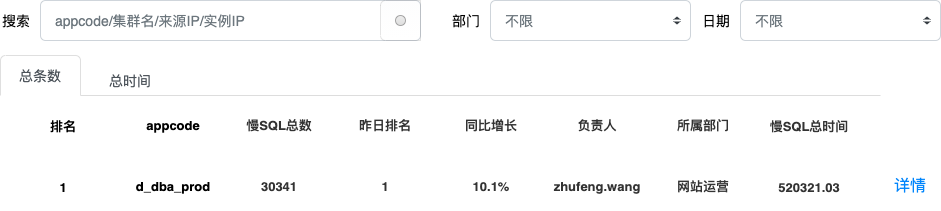
This is slowlog_report.png from a306388298/test, a draw.io export, as it was before one commit. Source tidied: cells renumbered, new cells last; positions are measured from the earlier drawing's top-left corner, leaving out a move shared by most shapes. Its diagram source:
```xml
<mxGraphModel>
  <root>
    <mxCell id="0" />
    <mxCell id="1" parent="0" />
    <mxCell id="2" value="搜索" style="fillColor=none;strokeColor=none;align=left;fontSize=14;" parent="1" vertex="1">
      <mxGeometry y="5" width="100" height="30" as="geometry" />
    </mxCell>
    <mxCell id="3" value="appcode/集群名/来源IP/实例IP" style="html=1;shadow=0;dashed=0;shape=mxgraph.bootstrap.rrect;rSize=5;fillColor=#ffffff;strokeColor=#CED4DA;align=left;spacing=15;fontSize=14;fontColor=#6C767D;" parent="1" vertex="1">
      <mxGeometry x="40" width="380" height="40" as="geometry" />
    </mxCell>
    <mxCell id="4" value="部门" style="fillColor=none;strokeColor=none;align=left;fontSize=14;" parent="1" vertex="1">
      <mxGeometry x="450" y="5" width="100" height="30" as="geometry" />
    </mxCell>
    <mxCell id="5" value="不限" style="html=1;shadow=0;dashed=0;shape=mxgraph.bootstrap.rrect;rSize=5;fillColor=#ffffff;strokeColor=#CED4DA;align=left;spacing=15;fontSize=14;fontColor=#6C767D;" parent="1" vertex="1">
      <mxGeometry x="490" width="200" height="40" as="geometry" />
    </mxCell>
    <mxCell id="6" style="shape=triangle;direction=south;fillColor=#343A40;strokeColor=none;perimeter=none;" parent="5" vertex="1">
      <mxGeometry x="1" y="0.5" width="7" height="3" relative="1" as="geometry">
        <mxPoint x="-17" y="1" as="offset" />
      </mxGeometry>
    </mxCell>
    <mxCell id="7" style="shape=triangle;direction=north;fillColor=#343A40;strokeColor=none;perimeter=none;" parent="5" vertex="1">
      <mxGeometry x="1" y="0.5" width="7" height="3" relative="1" as="geometry">
        <mxPoint x="-17" y="-4" as="offset" />
      </mxGeometry>
    </mxCell>
    <mxCell id="8" value="总条数" style="html=1;shadow=0;dashed=0;shape=mxgraph.bootstrap.tabTop;strokeColor=#DFDFDF;fillColor=#ffffff;rSize=5;perimeter=none;whiteSpace=wrap;align=center;spacing=20;fontSize=14;fontColor=#4B5259;" parent="1" vertex="1">
      <mxGeometry y="55" width="80" height="40" as="geometry" />
    </mxCell>
    <mxCell id="9" value="总时间" style="strokeColor=none;fillColor=none;rSize=5;perimeter=none;whiteSpace=wrap;align=center;spacing=20;fontSize=14;fontColor=#0085FC;fontColor=#4B5259;" parent="1" vertex="1">
      <mxGeometry x="90" y="60" width="80" height="40" as="geometry" />
    </mxCell>
    <mxCell id="10" style="shape=line;strokeColor=#dddddd;" parent="1" vertex="1">
      <mxGeometry x="80" y="90" width="800" height="10" as="geometry" />
    </mxCell>
    <mxCell id="11" style="html=1;shadow=0;shape=mxgraph.bootstrap.leftButton;strokeColor=inherit;fontColor=inherit;fillColor=#E9ECEF;rSize=5;perimeter=none;whiteSpace=wrap;fontSize=14;gradientColor=#ffffff;opacity=10;" parent="1" vertex="1">
      <mxGeometry x="380" width="40" height="40" as="geometry" />
    </mxCell>
    <mxCell id="12" style="html=1;shadow=0;dashed=0;shape=mxgraph.bootstrap.radioButton2;labelPosition=right;verticalLabelPosition=middle;align=left;verticalAlign=middle;gradientColor=#DEDEDE;fillColor=#EDEDED;strokeColor=#A6A6A6;checked=0;spacing=5;checkedFill=#0085FC;checkedStroke=#ffffff;" parent="11" vertex="1">
      <mxGeometry x="0.5" y="0.5" width="10" height="10" relative="1" as="geometry">
        <mxPoint x="-5" y="-5" as="offset" />
      </mxGeometry>
    </mxCell>
    <mxCell id="13" value="appcode" style="text;fontSize=13;verticalAlign=middle;align=center;fillColor=#ffffff;fontStyle=1;" parent="1" vertex="1">
      <mxGeometry x="120" y="100" width="106" height="48" as="geometry" />
    </mxCell>
    <mxCell id="14" value="慢SQL总数" style="text;fontSize=13;verticalAlign=middle;align=center;textOpacity=80;fillColor=#ffffff;fontStyle=1;" parent="1" vertex="1">
      <mxGeometry x="226" y="100" width="106" height="48" as="geometry" />
    </mxCell>
    <mxCell id="15" value="昨日排名" style="text;fontSize=13;fontColor=#000000;verticalAlign=middle;align=center;fillColor=#ffffff;fontStyle=1;textOpacity=80;" parent="1" vertex="1">
      <mxGeometry x="332" y="100" width="106" height="48" as="geometry" />
    </mxCell>
    <mxCell id="16" value="同比增长" style="text;fontSize=13;fontColor=#000000;verticalAlign=middle;align=center;fillColor=#ffffff;fontStyle=1;textOpacity=80;" parent="1" vertex="1">
      <mxGeometry x="438" y="100" width="106" height="48" as="geometry" />
    </mxCell>
    <mxCell id="17" value="负责人" style="text;fontSize=13;fontColor=#000000;verticalAlign=middle;align=center;fillColor=#ffffff;fontStyle=1;textOpacity=80;" parent="1" vertex="1">
      <mxGeometry x="544" y="100" width="106" height="48" as="geometry" />
    </mxCell>
    <mxCell id="18" value="所属部门" style="text;fontSize=13;fontColor=#000000;verticalAlign=middle;align=center;fillColor=#ffffff;fontStyle=1;textOpacity=80;" parent="1" vertex="1">
      <mxGeometry x="650" y="100" width="106" height="48" as="geometry" />
    </mxCell>
    <mxCell id="19" style="dashed=0;shape=rect;strokeColor=none;" parent="1" vertex="1">
      <mxGeometry x="120" y="145" width="106" height="4" as="geometry" />
    </mxCell>
    <mxCell id="20" value="日期" style="fillColor=none;strokeColor=none;align=left;fontSize=14;" parent="1" vertex="1">
      <mxGeometry x="700" y="5" width="100" height="30" as="geometry" />
    </mxCell>
    <mxCell id="21" value="不限" style="html=1;shadow=0;dashed=0;shape=mxgraph.bootstrap.rrect;rSize=5;fillColor=#ffffff;strokeColor=#CED4DA;align=left;spacing=15;fontSize=14;fontColor=#6C767D;" parent="1" vertex="1">
      <mxGeometry x="740" width="200" height="40" as="geometry" />
    </mxCell>
    <mxCell id="22" style="shape=triangle;direction=south;fillColor=#343A40;strokeColor=none;perimeter=none;" parent="21" vertex="1">
      <mxGeometry x="1" y="0.5" width="7" height="3" relative="1" as="geometry">
        <mxPoint x="-17" y="1" as="offset" />
      </mxGeometry>
    </mxCell>
    <mxCell id="23" style="shape=triangle;direction=north;fillColor=#343A40;strokeColor=none;perimeter=none;" parent="21" vertex="1">
      <mxGeometry x="1" y="0.5" width="7" height="3" relative="1" as="geometry">
        <mxPoint x="-17" y="-4" as="offset" />
      </mxGeometry>
    </mxCell>
    <mxCell id="24" value="排名" style="text;fontSize=13;verticalAlign=middle;align=center;fillColor=#ffffff;fontStyle=1;" parent="1" vertex="1">
      <mxGeometry x="10" y="101" width="106" height="48" as="geometry" />
    </mxCell>
    <mxCell id="25" value="慢SQL总时间" style="text;fontSize=13;verticalAlign=middle;align=center;textOpacity=80;fillColor=#ffffff;fontStyle=1;" parent="1" vertex="1">
      <mxGeometry x="756" y="101" width="106" height="48" as="geometry" />
    </mxCell>
    <mxCell id="26" value="详情" style="html=1;shadow=0;dashed=0;shape=mxgraph.bootstrap.rrect;rSize=5;strokeColor=none;strokeWidth=1;fillColor=none;fontColor=#0085FC;whiteSpace=wrap;align=center;verticalAlign=middle;spacingLeft=0;fontStyle=0;fontSize=16;spacing=5;opacity=10;" parent="1" vertex="1">
      <mxGeometry x="880" y="166" width="60" height="40" as="geometry" />
    </mxCell>
    <mxCell id="27" value="d_dba_prod" style="text;fontSize=13;verticalAlign=middle;align=center;fillColor=#ffffff;fontStyle=1;" parent="1" vertex="1">
      <mxGeometry x="120" y="161" width="106" height="48" as="geometry" />
    </mxCell>
    <mxCell id="28" value="30341" style="text;fontSize=13;verticalAlign=middle;align=center;textOpacity=80;fillColor=#ffffff;fontStyle=1;" parent="1" vertex="1">
      <mxGeometry x="226" y="161" width="106" height="48" as="geometry" />
    </mxCell>
    <mxCell id="29" value="1" style="text;fontSize=13;fontColor=#000000;verticalAlign=middle;align=center;fillColor=#ffffff;fontStyle=1;textOpacity=80;" parent="1" vertex="1">
      <mxGeometry x="332" y="161" width="106" height="48" as="geometry" />
    </mxCell>
    <mxCell id="30" value="10.1%" style="text;fontSize=13;fontColor=#000000;verticalAlign=middle;align=center;fillColor=#ffffff;fontStyle=1;textOpacity=80;" parent="1" vertex="1">
      <mxGeometry x="438" y="161" width="106" height="48" as="geometry" />
    </mxCell>
    <mxCell id="31" value="zhufeng.wang" style="text;fontSize=13;fontColor=#000000;verticalAlign=middle;align=center;fillColor=#ffffff;fontStyle=1;textOpacity=80;" parent="1" vertex="1">
      <mxGeometry x="544" y="161" width="106" height="48" as="geometry" />
    </mxCell>
    <mxCell id="32" value="网站运营" style="text;fontSize=13;fontColor=#000000;verticalAlign=middle;align=center;fillColor=#ffffff;fontStyle=1;textOpacity=80;" parent="1" vertex="1">
      <mxGeometry x="650" y="161" width="106" height="48" as="geometry" />
    </mxCell>
    <mxCell id="33" style="dashed=0;shape=rect;strokeColor=none;" parent="1" vertex="1">
      <mxGeometry x="120" y="206" width="106" height="4" as="geometry" />
    </mxCell>
    <mxCell id="34" value="1" style="text;fontSize=13;verticalAlign=middle;align=center;fillColor=#ffffff;fontStyle=1;" parent="1" vertex="1">
      <mxGeometry x="10" y="162" width="106" height="48" as="geometry" />
    </mxCell>
    <mxCell id="35" value="520321.03" style="text;fontSize=13;verticalAlign=middle;align=center;textOpacity=80;fillColor=#ffffff;fontStyle=1;" parent="1" vertex="1">
      <mxGeometry x="756" y="162" width="106" height="48" as="geometry" />
    </mxCell>
  </root>
</mxGraphModel>
```
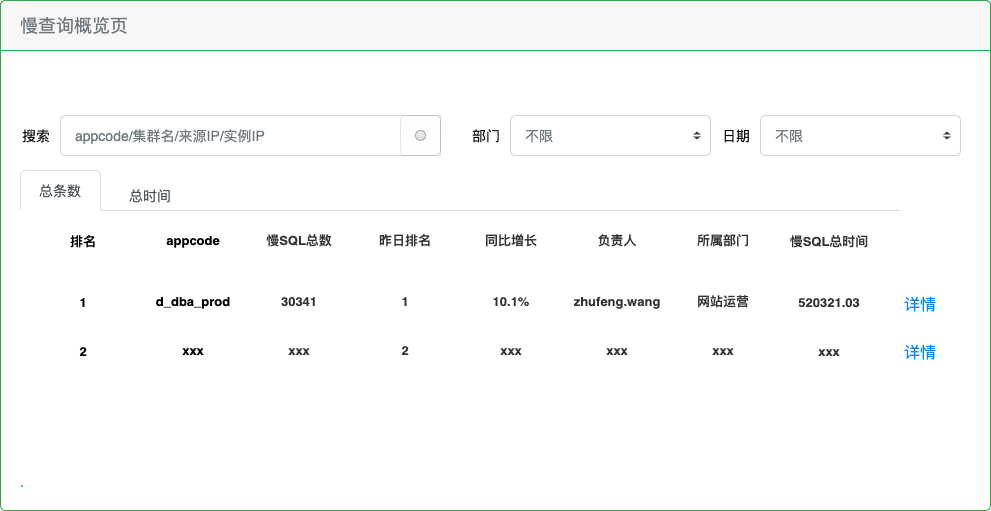
Later version of the same file.

The edit, as a diff of the source:
```diff
@@ -2,6 +2,48 @@
   <root>
     <mxCell id="0" />
     <mxCell id="1" parent="0" />
+    <mxCell id="36" value="&lt;br style=&quot;font-size: 14px&quot;&gt;." style="html=1;shadow=0;dashed=0;shape=mxgraph.bootstrap.rrect;rSize=5;strokeColor=#33A64C;html=1;whiteSpace=wrap;fillColor=#ffffff;fontColor=#33A64C;verticalAlign=bottom;align=left;spacing=20;spacingBottom=0;fontSize=14;" parent="1" vertex="1">
+      <mxGeometry x="-20" y="-115" width="990" height="510" as="geometry" />
+    </mxCell>
+    <mxCell id="37" value="慢查询概览页" style="html=1;shadow=0;dashed=0;shape=mxgraph.bootstrap.topButton;rSize=5;perimeter=none;whiteSpace=wrap;fillColor=#F7F7F7;strokeColor=#33A64C;fontColor=#6C767D;fontSize=18;align=left;spacing=20;" parent="36" vertex="1">
+      <mxGeometry width="990" height="50" relative="1" as="geometry" />
+    </mxCell>
+    <mxCell id="26" value="详情" style="html=1;shadow=0;dashed=0;shape=mxgraph.bootstrap.rrect;rSize=5;strokeColor=none;strokeWidth=1;fillColor=none;fontColor=#0085FC;whiteSpace=wrap;align=center;verticalAlign=middle;spacingLeft=0;fontStyle=0;fontSize=16;spacing=5;opacity=10;" parent="36" vertex="1">
+      <mxGeometry x="890" y="285" width="60" height="40" as="geometry" />
+    </mxCell>
+    <mxCell id="33" style="dashed=0;shape=rect;strokeColor=none;" parent="36" vertex="1">
+      <mxGeometry x="130" y="360" width="106" height="4" as="geometry" />
+    </mxCell>
+    <mxCell id="38" value="详情" style="html=1;shadow=0;dashed=0;shape=mxgraph.bootstrap.rrect;rSize=5;strokeColor=none;strokeWidth=1;fillColor=none;fontColor=#0085FC;whiteSpace=wrap;align=center;verticalAlign=middle;spacingLeft=0;fontStyle=0;fontSize=16;spacing=5;opacity=10;" parent="36" vertex="1">
+      <mxGeometry x="890" y="333" width="60" height="40" as="geometry" />
+    </mxCell>
+    <mxCell id="39" value="xxx" style="text;fontSize=13;verticalAlign=middle;align=center;fillColor=#ffffff;fontStyle=1;" parent="36" vertex="1">
+      <mxGeometry x="140" y="325" width="106" height="48" as="geometry" />
+    </mxCell>
+    <mxCell id="40" value="xxx" style="text;fontSize=13;verticalAlign=middle;align=center;textOpacity=80;fillColor=#ffffff;fontStyle=1;" parent="36" vertex="1">
+      <mxGeometry x="246" y="325" width="106" height="48" as="geometry" />
+    </mxCell>
+    <mxCell id="41" value="2" style="text;fontSize=13;fontColor=#000000;verticalAlign=middle;align=center;fillColor=#ffffff;fontStyle=1;textOpacity=80;" parent="36" vertex="1">
+      <mxGeometry x="352" y="325" width="106" height="48" as="geometry" />
+    </mxCell>
+    <mxCell id="42" value="xxx" style="text;fontSize=13;fontColor=#000000;verticalAlign=middle;align=center;fillColor=#ffffff;fontStyle=1;textOpacity=80;" parent="36" vertex="1">
+      <mxGeometry x="458" y="325" width="106" height="48" as="geometry" />
+    </mxCell>
+    <mxCell id="43" value="xxx" style="text;fontSize=13;fontColor=#000000;verticalAlign=middle;align=center;fillColor=#ffffff;fontStyle=1;textOpacity=80;" parent="36" vertex="1">
+      <mxGeometry x="564" y="325" width="106" height="48" as="geometry" />
+    </mxCell>
+    <mxCell id="44" value="xxx" style="text;fontSize=13;fontColor=#000000;verticalAlign=middle;align=center;fillColor=#ffffff;fontStyle=1;textOpacity=80;" parent="36" vertex="1">
+      <mxGeometry x="670" y="325" width="106" height="48" as="geometry" />
+    </mxCell>
+    <mxCell id="45" style="dashed=0;shape=rect;strokeColor=none;" parent="36" vertex="1">
+      <mxGeometry x="140" y="370" width="106" height="4" as="geometry" />
+    </mxCell>
+    <mxCell id="46" value="2" style="text;fontSize=13;verticalAlign=middle;align=center;fillColor=#ffffff;fontStyle=1;" parent="36" vertex="1">
+      <mxGeometry x="30" y="326" width="106" height="48" as="geometry" />
+    </mxCell>
+    <mxCell id="47" value="xxx" style="text;fontSize=13;verticalAlign=middle;align=center;textOpacity=80;fillColor=#ffffff;fontStyle=1;" parent="36" vertex="1">
+      <mxGeometry x="776" y="326" width="106" height="48" as="geometry" />
+    </mxCell>
     <mxCell id="2" value="搜索" style="fillColor=none;strokeColor=none;align=left;fontSize=14;" parent="1" vertex="1">
       <mxGeometry y="5" width="100" height="30" as="geometry" />
     </mxCell>
@@ -84,9 +126,6 @@
     <mxCell id="25" value="慢SQL总时间" style="text;fontSize=13;verticalAlign=middle;align=center;textOpacity=80;fillColor=#ffffff;fontStyle=1;" parent="1" vertex="1">
       <mxGeometry x="756" y="101" width="106" height="48" as="geometry" />
     </mxCell>
-    <mxCell id="26" value="详情" style="html=1;shadow=0;dashed=0;shape=mxgraph.bootstrap.rrect;rSize=5;strokeColor=none;strokeWidth=1;fillColor=none;fontColor=#0085FC;whiteSpace=wrap;align=center;verticalAlign=middle;spacingLeft=0;fontStyle=0;fontSize=16;spacing=5;opacity=10;" parent="1" vertex="1">
-      <mxGeometry x="880" y="166" width="60" height="40" as="geometry" />
-    </mxCell>
     <mxCell id="27" value="d_dba_prod" style="text;fontSize=13;verticalAlign=middle;align=center;fillColor=#ffffff;fontStyle=1;" parent="1" vertex="1">
       <mxGeometry x="120" y="161" width="106" height="48" as="geometry" />
     </mxCell>
@@ -105,9 +144,6 @@
     <mxCell id="32" value="网站运营" style="text;fontSize=13;fontColor=#000000;verticalAlign=middle;align=center;fillColor=#ffffff;fontStyle=1;textOpacity=80;" parent="1" vertex="1">
       <mxGeometry x="650" y="161" width="106" height="48" as="geometry" />
     </mxCell>
-    <mxCell id="33" style="dashed=0;shape=rect;strokeColor=none;" parent="1" vertex="1">
-      <mxGeometry x="120" y="206" width="106" height="4" as="geometry" />
-    </mxCell>
     <mxCell id="34" value="1" style="text;fontSize=13;verticalAlign=middle;align=center;fillColor=#ffffff;fontStyle=1;" parent="1" vertex="1">
       <mxGeometry x="10" y="162" width="106" height="48" as="geometry" />
     </mxCell>
```
